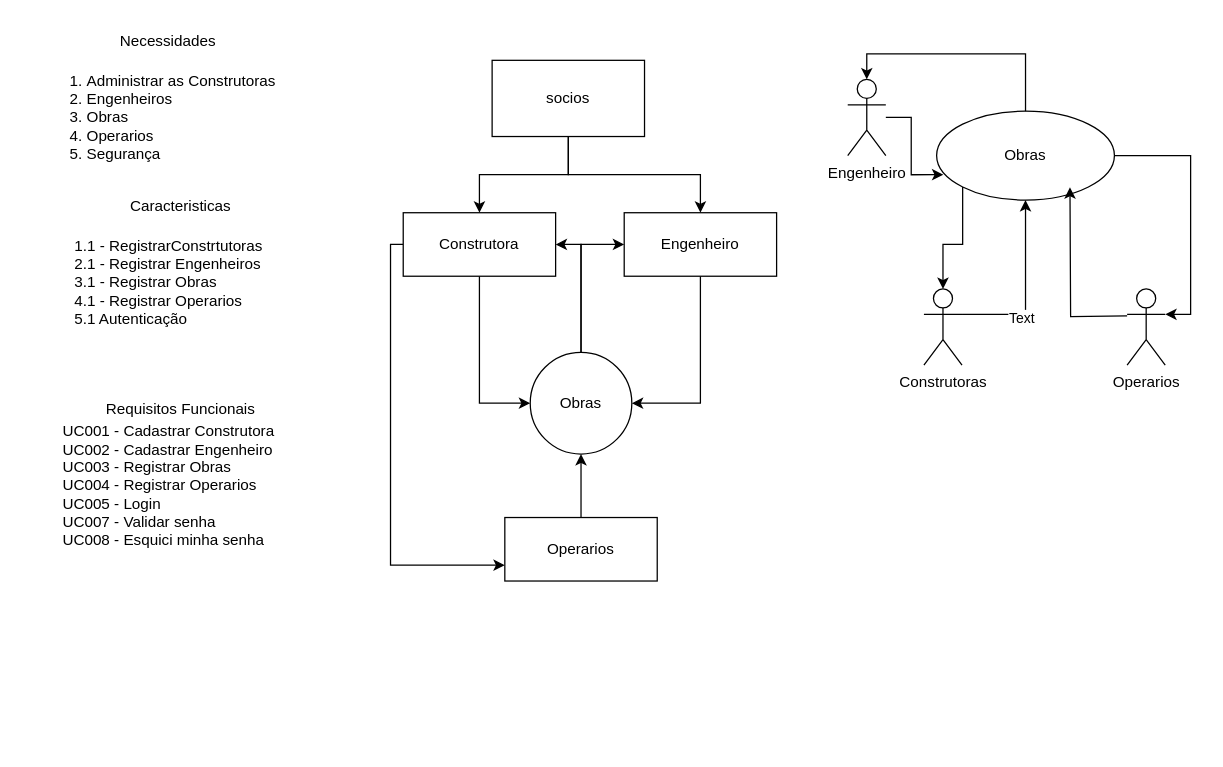
The draw.io diagram construtora.drawio in danton2000/Diagramas, before the edit. Source tidied: cells renumbered, new cells numbered last; positions are measured from the earlier drawing's top-left corner, leaving out a move shared by most shapes. Both pictures are drawn from the tidied source at 127%, with x=0, y=0 at pixel (22, 22).
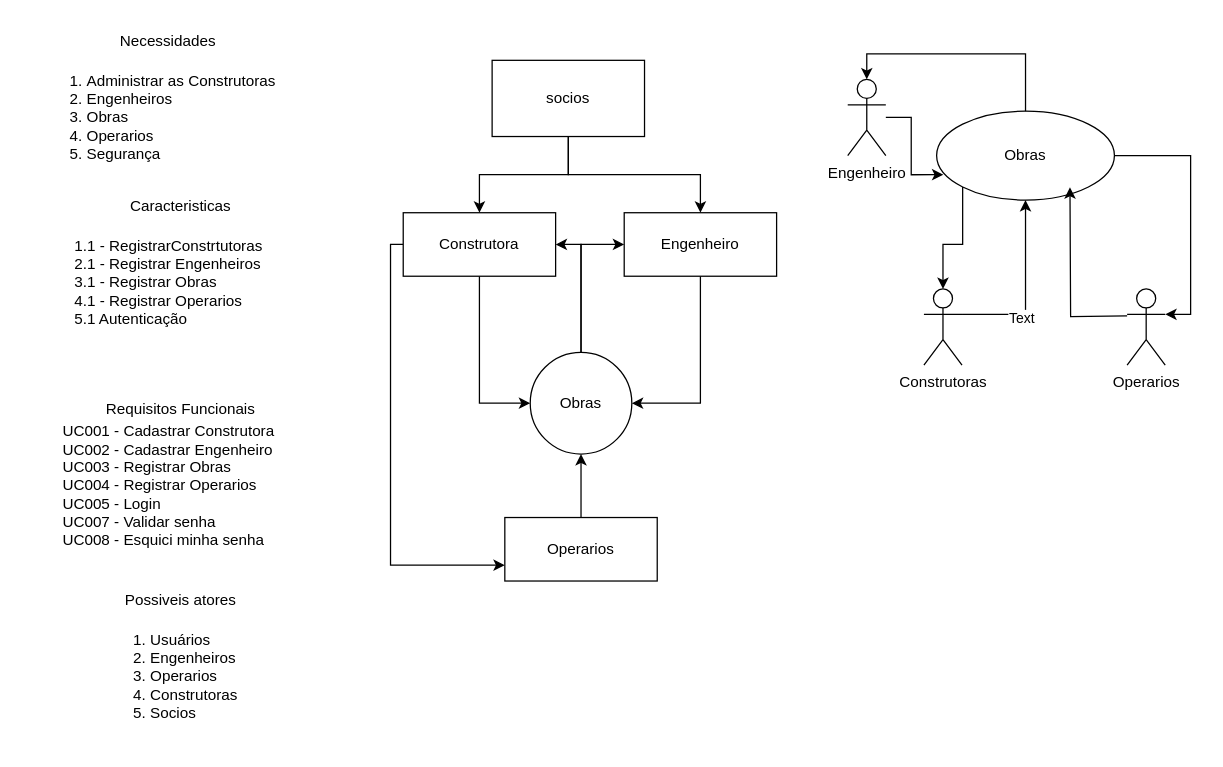
The same diagram, later.

What changed in the source:
```diff
@@
+    <mxCell id="32" value="&lt;div style=&quot;text-align: left;&quot;&gt;&lt;ol&gt;&lt;li&gt;Usuários&lt;/li&gt;&lt;li&gt;Engenheiros&lt;/li&gt;&lt;li&gt;Operarios&lt;/li&gt;&lt;li&gt;Construtoras&lt;/li&gt;&lt;li&gt;Socios&lt;/li&gt;&lt;/ol&gt;&lt;/div&gt;" style="text;html=1;align=center;verticalAlign=middle;strokeColor=none;fillColor=none;" parent="1" vertex="1">
+      <mxGeometry x="50" y="460" width="130" height="110" as="geometry" />
+    </mxCell>
+    <mxCell id="33" value="Possiveis atores" style="text;html=1;strokeColor=none;fillColor=none;align=center;verticalAlign=middle;whiteSpace=wrap;rounded=0;" parent="1" vertex="1">
+      <mxGeometry x="50" y="440" width="150" height="30" as="geometry" />
+    </mxCell>
```
